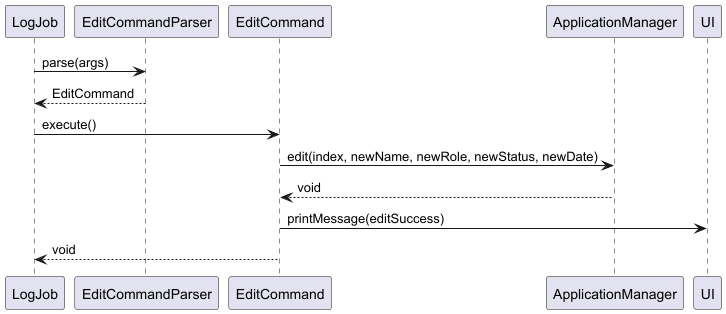
This is docs/diagrams/sequence-diagrams/edit-sequence.png from irfandeen/tp, a PlantUML export, as it was before one commit.
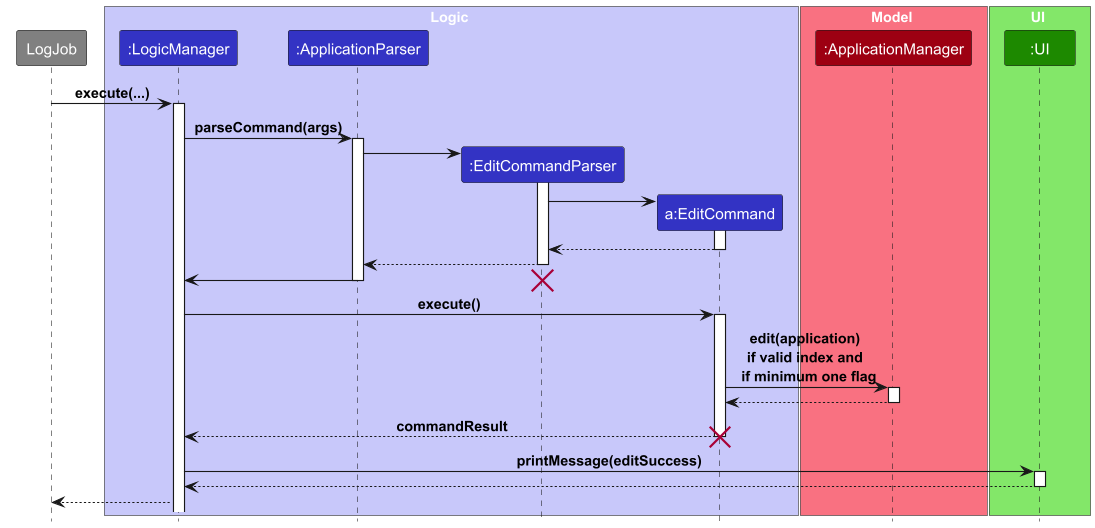
Later version of the same file.

The edit, as a diff of the source:
```diff
@@ -1,17 +1,61 @@
 @startuml
 
-participant LogJob
-participant EditCommandParser
-participant EditCommand
-participant ApplicationManager
-participant UI
+!include ../../style.puml
 
-LogJob -> EditCommandParser: parse(args)
-EditCommandParser --> LogJob: EditCommand
-LogJob -> EditCommand: execute()
-EditCommand -> ApplicationManager: edit(index, newName, newRole, newStatus, newDate)
-ApplicationManager --> EditCommand: void
-EditCommand -> UI: printMessage(editSuccess)
-EditCommand --> LogJob: void
+participant LogJob #grey
+
+box Logic LOGIC_COLOR_T1
+participant ":LogicManager" as LogicManager LOGIC_COLOR
+participant ":ApplicationParser" as ApplicationParser LOGIC_COLOR
+participant ":EditCommandParser" as EditCommandParser LOGIC_COLOR
+participant "a:EditCommand" as EditCommand LOGIC_COLOR
+end box
+
+box Model MODEL_COLOR_T1
+participant ":ApplicationManager" as ApplicationManager MODEL_COLOR
+end box
+
+box UI UI_COLOR_T1
+participant ":UI" as ui UI_COLOR
+end box
+
+LogJob -> LogicManager : execute(...)
+activate LogicManager
+
+LogicManager -> ApplicationParser: parseCommand(args)
+activate ApplicationParser
+
+create EditCommandParser
+ApplicationParser -> EditCommandParser
+activate EditCommandParser
+
+create EditCommand
+EditCommandParser -> EditCommand
+activate EditCommand
+EditCommand --> EditCommandParser
+deactivate
+
+EditCommandParser --> ApplicationParser
+deactivate EditCommandParser
+ApplicationParser -> LogicManager
+destroy EditCommandParser
+deactivate ApplicationParser
+
+LogicManager -> EditCommand: execute()
+activate EditCommand
+EditCommand -> ApplicationManager: edit(application) \nif valid index and \n if minimum one flag
+activate ApplicationManager
+ApplicationManager --> EditCommand
+deactivate ApplicationManager
+EditCommand --> LogicManager: commandResult
+deactivate EditCommand
+destroy EditCommand
+
+LogicManager -> ui: printMessage(editSuccess)
+activate ui
+ui --> LogicManager
+deactivate ui
+deactivate EditCommand
+LogicManager --> LogJob
 
 @enduml
```
